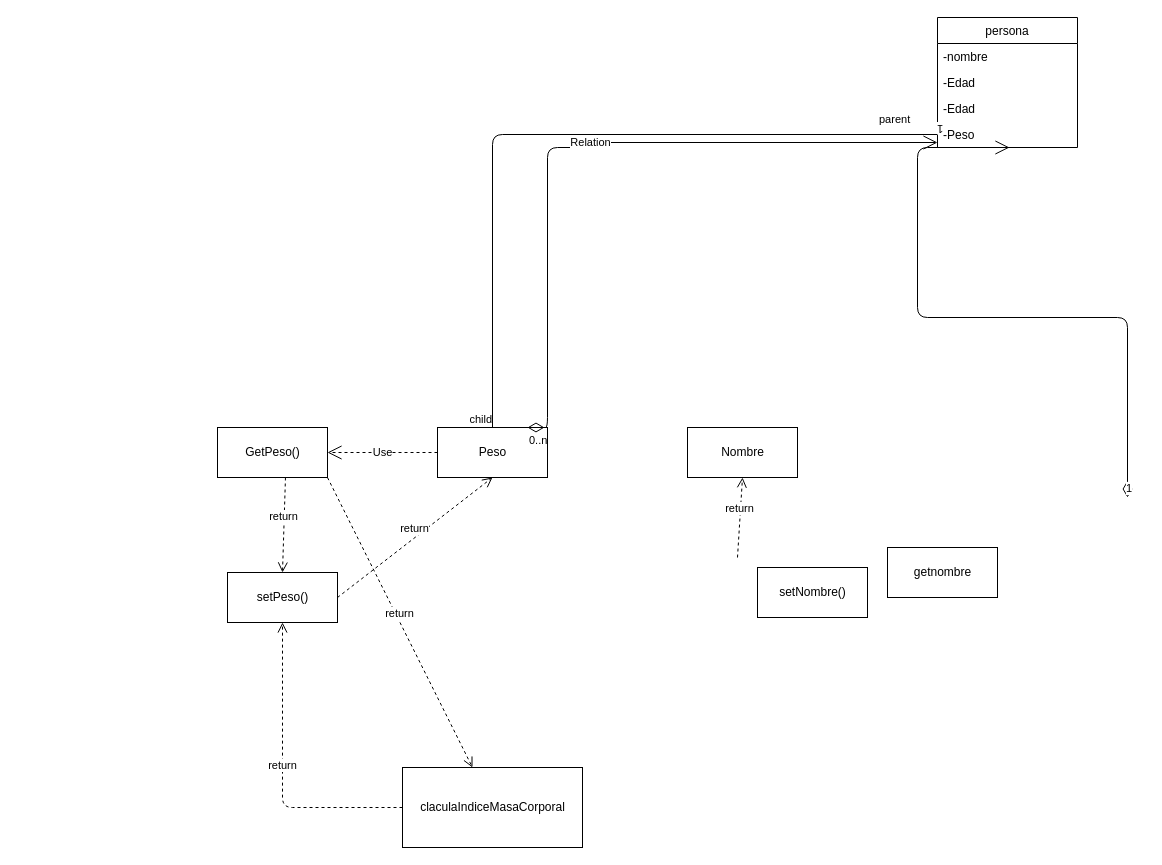
This is Untitled Diagram.drawio from Thefallenashes/repositorio-del-examen-de-entornos-del-desarollo, a draw.io file, before an edit. Source tidied: cells renumbered, new cells numbered last; positions are measured from the earlier drawing's top-left corner, leaving out a move shared by most shapes. Both pictures are drawn from the tidied source at 100%, with x=0, y=0 at pixel (217, 17).
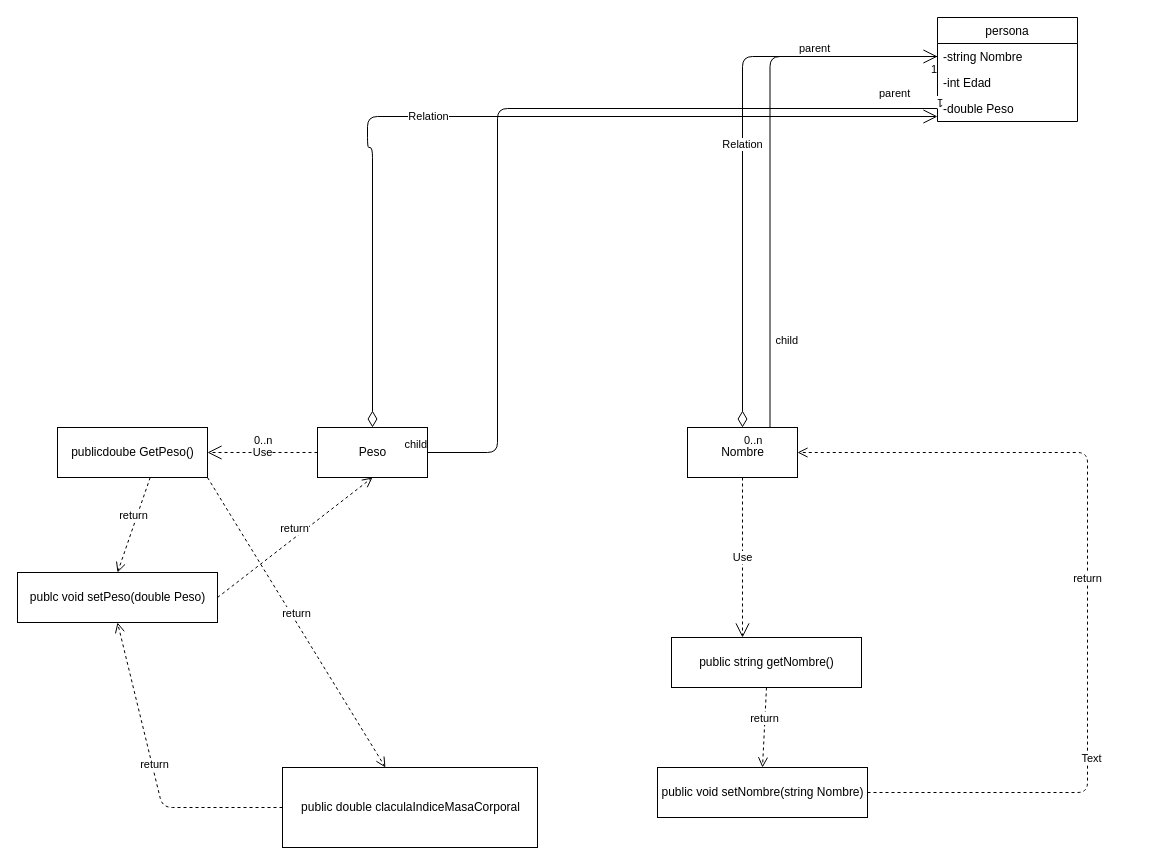
Above is the later version.

Unchanged cells that the change refers to:
```xml
<mxCell id="3" value="Nombre" style="html=1;" parent="1" vertex="1">
  <mxGeometry x="470" y="410" width="110" height="50" as="geometry" />
</mxCell>
```

The edit, as a diff of the source:
```diff
@@
     <mxCell id="2" value="Peso" style="html=1;" parent="1" vertex="1">
-      <mxGeometry x="220" y="410" width="110" height="50" as="geometry" />
+      <mxGeometry x="100" y="410" width="110" height="50" as="geometry" />
     </mxCell>
@@
-    <mxCell id="4" value="1" style="endArrow=open;html=1;endSize=12;startArrow=diamondThin;startSize=14;startFill=0;edgeStyle=orthogonalEdgeStyle;align=left;verticalAlign=bottom;exitX=0.5;exitY=0;exitDx=0;exitDy=0;entryX=0.514;entryY=1;entryDx=0;entryDy=0;entryPerimeter=0;" parent="1" edge="1" target="10">
-      <mxGeometry x="-1" y="3" relative="1" as="geometry">
-        <mxPoint x="910" y="480" as="sourcePoint" />
-        <Array as="points">
-          <mxPoint x="910" y="300" />
-          <mxPoint x="700" y="300" />
-          <mxPoint x="700" y="130" />
-        </Array>
-      </mxGeometry>
-    </mxCell>
-    <mxCell id="5" value="return" style="html=1;verticalAlign=bottom;endArrow=open;dashed=1;endSize=8;entryX=0.5;entryY=1;entryDx=0;entryDy=0;" parent="1" edge="1" target="3">
+    <mxCell id="5" value="return" style="html=1;verticalAlign=bottom;endArrow=open;dashed=1;endSize=8;exitX=1;exitY=0.5;exitDx=0;exitDy=0;entryX=1;entryY=0.5;entryDx=0;entryDy=0;" parent="1" edge="1" source="23" target="3">
       <mxGeometry relative="1" as="geometry">
-        <mxPoint x="520" y="540" as="sourcePoint" />
+        <Array as="points">
+          <mxPoint x="870" y="775" />
+          <mxPoint x="870" y="435" />
+        </Array>
       </mxGeometry>
     </mxCell>
+    <mxCell id="27" value="Text" style="edgeLabel;html=1;align=center;verticalAlign=middle;" parent="5" vertex="1">
+      <mxGeometry x="-0.4" y="-2" relative="1" as="geometry">
+        <mxPoint x="1" as="offset" />
+      </mxGeometry>
+    </mxCell>
+    <mxCell id="28" value="&lt;br&gt;" style="edgeLabel;html=1;align=center;verticalAlign=middle;" parent="5" vertex="1">
+      <mxGeometry x="-0.61" y="4" relative="1" as="geometry">
+        <mxPoint y="1" as="offset" />
+      </mxGeometry>
+    </mxCell>
     <mxCell id="6" value="persona" style="swimlane;fontStyle=0;horizontal=1;startSize=26;fillColor=none;" parent="1" vertex="1">
-      <mxGeometry x="720" width="140" height="130" as="geometry" />
+      <mxGeometry x="720" width="140" height="104" as="geometry" />
     </mxCell>
-    <mxCell id="7" value="-nombre" style="text;strokeColor=none;fillColor=none;align=left;verticalAlign=top;spacingLeft=4;spacingRight=4;overflow=hidden;points=[[0,0.5],[1,0.5]];portConstraint=eastwest;" parent="6" vertex="1">
+    <mxCell id="7" value="-string Nombre" style="text;strokeColor=none;fillColor=none;align=left;verticalAlign=top;spacingLeft=4;spacingRight=4;overflow=hidden;points=[[0,0.5],[1,0.5]];portConstraint=eastwest;" parent="6" vertex="1">
       <mxGeometry y="26" width="140" height="26" as="geometry" />
     </mxCell>
-    <mxCell id="8" value="-Edad" style="text;strokeColor=none;fillColor=none;align=left;verticalAlign=top;spacingLeft=4;spacingRight=4;overflow=hidden;" parent="6" vertex="1">
-      <mxGeometry y="52" width="140" height="26" as="geometry" />
-    </mxCell>
-    <mxCell id="9" value="-Edad" style="text;strokeColor=none;fillColor=none;align=left;verticalAlign=top;spacingLeft=4;spacingRight=4;overflow=hidden;" parent="6" vertex="1">
-      <mxGeometry y="78" width="140" height="26" as="geometry" />
+    <mxCell id="9" value="-int Edad" style="text;strokeColor=none;fillColor=none;align=left;verticalAlign=top;spacingLeft=4;spacingRight=4;overflow=hidden;" parent="6" vertex="1">
+      <mxGeometry y="52" width="140" height="26" as="geometry" />
     </mxCell>
-    <mxCell id="10" value="-Peso" style="text;strokeColor=none;fillColor=none;align=left;verticalAlign=top;spacingLeft=4;spacingRight=4;overflow=hidden;points=[[0,0.5],[1,0.5]];portConstraint=eastwest;" parent="6" vertex="1">
-      <mxGeometry y="104" width="140" height="26" as="geometry" />
+    <mxCell id="10" value="-double Peso" style="text;strokeColor=none;fillColor=none;align=left;verticalAlign=top;spacingLeft=4;spacingRight=4;overflow=hidden;points=[[0,0.5],[1,0.5]];portConstraint=eastwest;" parent="6" vertex="1">
+      <mxGeometry y="78" width="140" height="26" as="geometry" />
     </mxCell>
-    <mxCell id="11" value="Relation" style="endArrow=open;html=1;endSize=12;startArrow=diamondThin;startSize=14;startFill=0;edgeStyle=orthogonalEdgeStyle;entryX=0;entryY=0.808;entryDx=0;entryDy=0;entryPerimeter=0;" parent="1" edge="1" target="10">
-      <mxGeometry relative="1" as="geometry">
-        <mxPoint x="310" y="410" as="sourcePoint" />
+    <mxCell id="11" value="Relation" style="endArrow=open;html=1;endSize=12;startArrow=diamondThin;startSize=14;startFill=0;edgeStyle=orthogonalEdgeStyle;entryX=0;entryY=0.808;entryDx=0;entryDy=0;entryPerimeter=0;exitX=0.5;exitY=0;exitDx=0;exitDy=0;" parent="1" edge="1" source="2" target="10">
+      <mxGeometry x="-0.15" relative="1" as="geometry">
         <Array as="points">
-          <mxPoint x="330" y="130" />
-          <mxPoint x="370" y="130" />
-          <mxPoint x="370" y="125" />
+          <mxPoint x="155" y="130" />
+          <mxPoint x="150" y="130" />
+          <mxPoint x="150" y="99" />
         </Array>
       </mxGeometry>
     </mxCell>
     <mxCell id="12" value="0..n" style="edgeLabel;html=1;align=left;verticalAlign=top;" parent="11" vertex="1">
-      <mxGeometry x="-1" relative="1" as="geometry" />
+      <mxGeometry x="-1" relative="1" as="geometry">
+        <mxPoint x="-120" as="offset" />
+      </mxGeometry>
     </mxCell>
@@
-    <mxCell id="14" style="endArrow=none;html=1;edgeStyle=orthogonalEdgeStyle;entryX=0.5;entryY=0;entryDx=0;entryDy=0;" parent="1" edge="1" source="10" target="2">
-      <mxGeometry relative="1" as="geometry" />
+    <mxCell id="14" style="endArrow=none;html=1;edgeStyle=orthogonalEdgeStyle;entryX=1;entryY=0.5;entryDx=0;entryDy=0;" parent="1" edge="1" source="10" target="2">
+      <mxGeometry relative="1" as="geometry">
+        <Array as="points">
+          <mxPoint x="280" y="91" />
+          <mxPoint x="280" y="435" />
+        </Array>
+      </mxGeometry>
     </mxCell>
@@
-    <mxCell id="17" value="GetPeso()" style="html=1;" parent="1" vertex="1">
-      <mxGeometry y="410" width="110" height="50" as="geometry" />
+    <mxCell id="17" value="publicdoube GetPeso()" style="html=1;" parent="1" vertex="1">
+      <mxGeometry x="-160" y="410" width="150" height="50" as="geometry" />
     </mxCell>
@@
-    <mxCell id="20" value="claculaIndiceMasaCorporal" style="html=1;" parent="1" vertex="1">
-      <mxGeometry x="185" y="750" width="180" height="80" as="geometry" />
+    <mxCell id="20" value="public double claculaIndiceMasaCorporal" style="html=1;" parent="1" vertex="1">
+      <mxGeometry x="65" y="750" width="255" height="80" as="geometry" />
     </mxCell>
@@
-    <mxCell id="22" value="getnombre" style="html=1;" parent="1" vertex="1">
-      <mxGeometry x="670" y="530" width="110" height="50" as="geometry" />
+    <mxCell id="22" value="public string getNombre()" style="html=1;" parent="1" vertex="1">
+      <mxGeometry x="454" y="620" width="190" height="50" as="geometry" />
     </mxCell>
-    <mxCell id="23" value="setNombre()" style="html=1;" parent="1" vertex="1">
-      <mxGeometry x="540" y="550" width="110" height="50" as="geometry" />
+    <mxCell id="23" value="public void setNombre(string Nombre)" style="html=1;" parent="1" vertex="1">
+      <mxGeometry x="440" y="750" width="210" height="50" as="geometry" />
     </mxCell>
-    <mxCell id="24" value="setPeso()" style="html=1;" parent="1" vertex="1">
-      <mxGeometry x="10" y="555" width="110" height="50" as="geometry" />
+    <mxCell id="24" value="publc void setPeso(double Peso)" style="html=1;" parent="1" vertex="1">
+      <mxGeometry x="-200" y="555" width="200" height="50" as="geometry" />
     </mxCell>
     <mxCell id="25" value="return" style="html=1;verticalAlign=bottom;endArrow=open;dashed=1;endSize=8;entryX=0.5;entryY=1;entryDx=0;entryDy=0;exitX=0;exitY=0.5;exitDx=0;exitDy=0;" parent="1" edge="1" source="20" target="24">
       <mxGeometry relative="1" as="geometry">
         <Array as="points">
-          <mxPoint x="65" y="790" />
+          <mxPoint x="-55" y="790" />
         </Array>
       </mxGeometry>
     </mxCell>
@@
+    <mxCell id="29" value="Relation" style="endArrow=open;html=1;endSize=12;startArrow=diamondThin;startSize=14;startFill=0;edgeStyle=orthogonalEdgeStyle;exitX=0.5;exitY=0;exitDx=0;exitDy=0;" parent="1" edge="1" source="3" target="7">
+      <mxGeometry relative="1" as="geometry" />
+    </mxCell>
+    <mxCell id="30" value="0..n" style="edgeLabel;html=1;align=left;verticalAlign=top;" parent="29" vertex="1">
+      <mxGeometry x="-1" relative="1" as="geometry" />
+    </mxCell>
+    <mxCell id="4" value="1" style="edgeLabel;html=1;align=right;verticalAlign=top;" parent="29" vertex="1">
+      <mxGeometry x="1" relative="1" as="geometry" />
+    </mxCell>
+    <mxCell id="31" style="endArrow=none;html=1;edgeStyle=orthogonalEdgeStyle;exitX=0;exitY=0.5;exitDx=0;exitDy=0;entryX=0.75;entryY=0;entryDx=0;entryDy=0;" parent="1" edge="1" source="7" target="3">
+      <mxGeometry relative="1" as="geometry" />
+    </mxCell>
+    <mxCell id="32" value="parent" style="edgeLabel;html=1;align=left;verticalAlign=bottom;" parent="31" vertex="1">
+      <mxGeometry x="-1" relative="1" as="geometry">
+        <mxPoint x="-140" as="offset" />
+      </mxGeometry>
+    </mxCell>
+    <mxCell id="33" value="child" style="edgeLabel;html=1;align=right;verticalAlign=bottom;" parent="31" vertex="1">
+      <mxGeometry x="1" relative="1" as="geometry">
+        <mxPoint x="28" y="-80" as="offset" />
+      </mxGeometry>
+    </mxCell>
+    <mxCell id="34" value="Use" style="endArrow=open;endSize=12;dashed=1;html=1;exitX=0.5;exitY=1;exitDx=0;exitDy=0;" parent="1" edge="1" source="3">
+      <mxGeometry relative="1" as="geometry">
+        <mxPoint x="525" y="620" as="targetPoint" />
+      </mxGeometry>
+    </mxCell>
+    <mxCell id="35" value="return" style="html=1;verticalAlign=bottom;endArrow=open;dashed=1;endSize=8;exitX=0.5;exitY=1;exitDx=0;exitDy=0;entryX=0.5;entryY=0;entryDx=0;entryDy=0;" parent="1" edge="1" source="22" target="23">
+      <mxGeometry relative="1" as="geometry" />
+    </mxCell>
```
